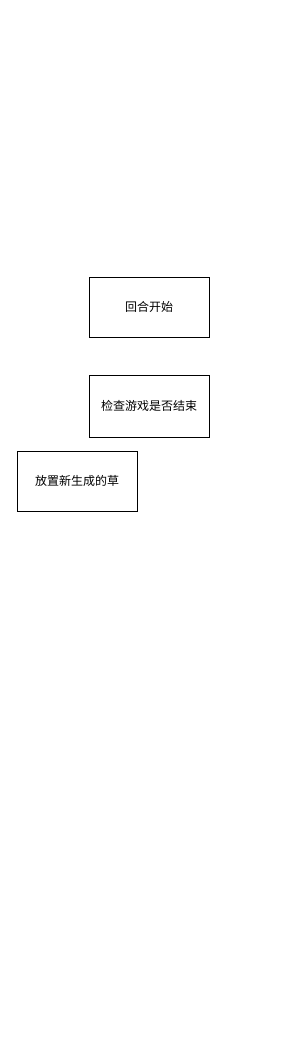
Earlier version of the draw.io diagram files/round.drawio (yulihzn/drawio). Source tidied: cells renumbered, new cells numbered last; positions are measured from the earlier drawing's top-left corner, leaving out a move shared by most shapes. Both pictures are drawn from the tidied source at 100%, with x=0, y=0 at pixel (17, 277).
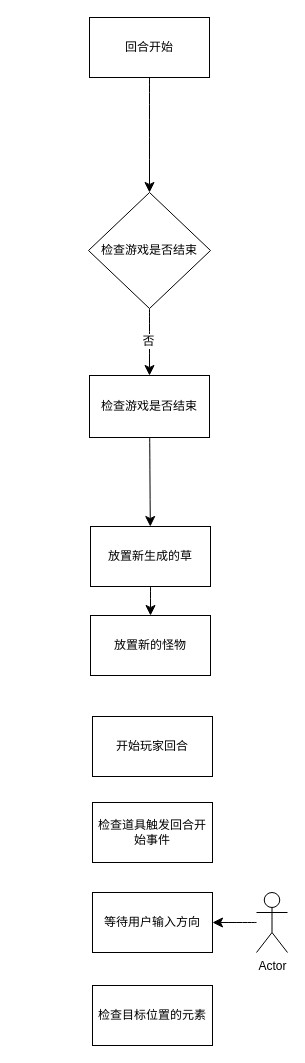
After the change.

Change to the diagram source:
```diff
@@
 <mxGraphModel>
   <root>
     <mxCell id="0" />
     <mxCell id="1" parent="0" />
+    <mxCell id="5" style="edgeStyle=none;curved=1;rounded=0;jettySize=auto;html=1;entryX=0.5;entryY=0;entryDx=0;entryDy=0;fontSize=12;startSize=8;endSize=8;" parent="1" edge="1" source="2" target="11">
+      <mxGeometry relative="1" as="geometry" />
+    </mxCell>
     <mxCell id="2" value="回合开始" style="whiteSpace=wrap;html=1;" parent="1" vertex="1">
-      <mxGeometry x="72" width="120" height="60" as="geometry" />
+      <mxGeometry x="72" y="-260" width="120" height="60" as="geometry" />
     </mxCell>
+    <mxCell id="6" style="edgeStyle=none;curved=1;rounded=0;jettySize=auto;html=1;fontSize=12;startSize=8;endSize=8;" parent="1" edge="1" source="3" target="4">
+      <mxGeometry relative="1" as="geometry" />
+    </mxCell>
     <mxCell id="3" value="检查游戏是否结束" style="whiteSpace=wrap;html=1;" parent="1" vertex="1">
       <mxGeometry x="72" y="98" width="120" height="62" as="geometry" />
     </mxCell>
+    <mxCell id="7" style="edgeStyle=none;curved=1;rounded=0;jettySize=auto;html=1;fontSize=12;startSize=8;endSize=8;" parent="1" edge="1" source="4" target="8">
+      <mxGeometry relative="1" as="geometry" />
+    </mxCell>
     <mxCell id="4" value="放置新生成的草" style="whiteSpace=wrap;html=1;" parent="1" vertex="1">
-      <mxGeometry y="174" width="120" height="60" as="geometry" />
+      <mxGeometry x="73" y="249" width="120" height="60" as="geometry" />
     </mxCell>
+    <mxCell id="8" value="放置新的怪物" style="whiteSpace=wrap;html=1;" parent="1" vertex="1">
+      <mxGeometry x="73" y="338" width="120" height="60" as="geometry" />
+    </mxCell>
+    <mxCell id="9" style="edgeStyle=none;curved=1;rounded=0;jettySize=auto;html=1;entryX=0.5;entryY=0;entryDx=0;entryDy=0;fontSize=12;startSize=8;endSize=8;" parent="1" edge="1" source="11" target="3">
+      <mxGeometry relative="1" as="geometry" />
+    </mxCell>
+    <mxCell id="10" value="否" style="edgeLabel;html=1;align=center;verticalAlign=middle;fontSize=12;" parent="9" vertex="1">
+      <mxGeometry x="-0.05" y="-2" relative="1" as="geometry" />
+    </mxCell>
+    <mxCell id="11" value="检查游戏是否结束" style="rhombus;whiteSpace=wrap;html=1;" parent="1" vertex="1">
+      <mxGeometry x="71" y="-85" width="122" height="116" as="geometry" />
+    </mxCell>
+    <mxCell id="12" value="开始玩家回合" style="whiteSpace=wrap;html=1;" parent="1" vertex="1">
+      <mxGeometry x="75" y="439" width="120" height="60" as="geometry" />
+    </mxCell>
+    <mxCell id="13" value="检查道具触发回合开始事件" style="whiteSpace=wrap;html=1;" parent="1" vertex="1">
+      <mxGeometry x="75" y="525" width="120" height="60" as="geometry" />
+    </mxCell>
+    <mxCell id="14" value="等待用户输入方向" style="whiteSpace=wrap;html=1;" parent="1" vertex="1">
+      <mxGeometry x="75" y="615" width="120" height="60" as="geometry" />
+    </mxCell>
+    <mxCell id="15" style="edgeStyle=none;curved=1;rounded=0;jettySize=auto;html=1;entryX=1;entryY=0.5;entryDx=0;entryDy=0;fontSize=12;startSize=8;endSize=8;" parent="1" edge="1" source="16" target="14">
+      <mxGeometry relative="1" as="geometry" />
+    </mxCell>
+    <mxCell id="16" value="Actor" style="shape=umlActor;verticalLabelPosition=bottom;verticalAlign=top;html=1;outlineConnect=0;" parent="1" vertex="1">
+      <mxGeometry x="239" y="615" width="31" height="60" as="geometry" />
+    </mxCell>
+    <mxCell id="17" value="检查目标位置的元素" style="whiteSpace=wrap;html=1;" parent="1" vertex="1">
+      <mxGeometry x="75" y="708" width="120" height="60" as="geometry" />
+    </mxCell>
   </root>
 </mxGraphModel>
```
